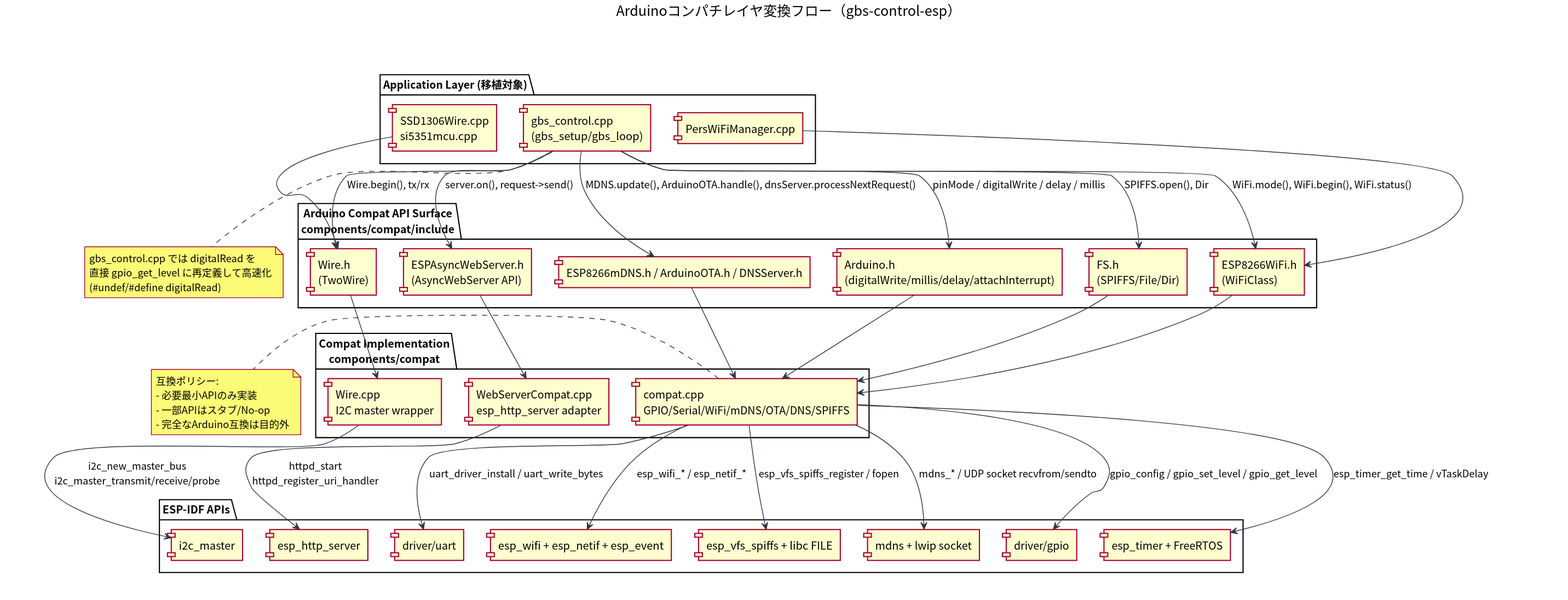
This is docs/uml/arduino_compat_layer.svg from ntsklab/gbs-control, a PlantUML export, as it was before one commit.
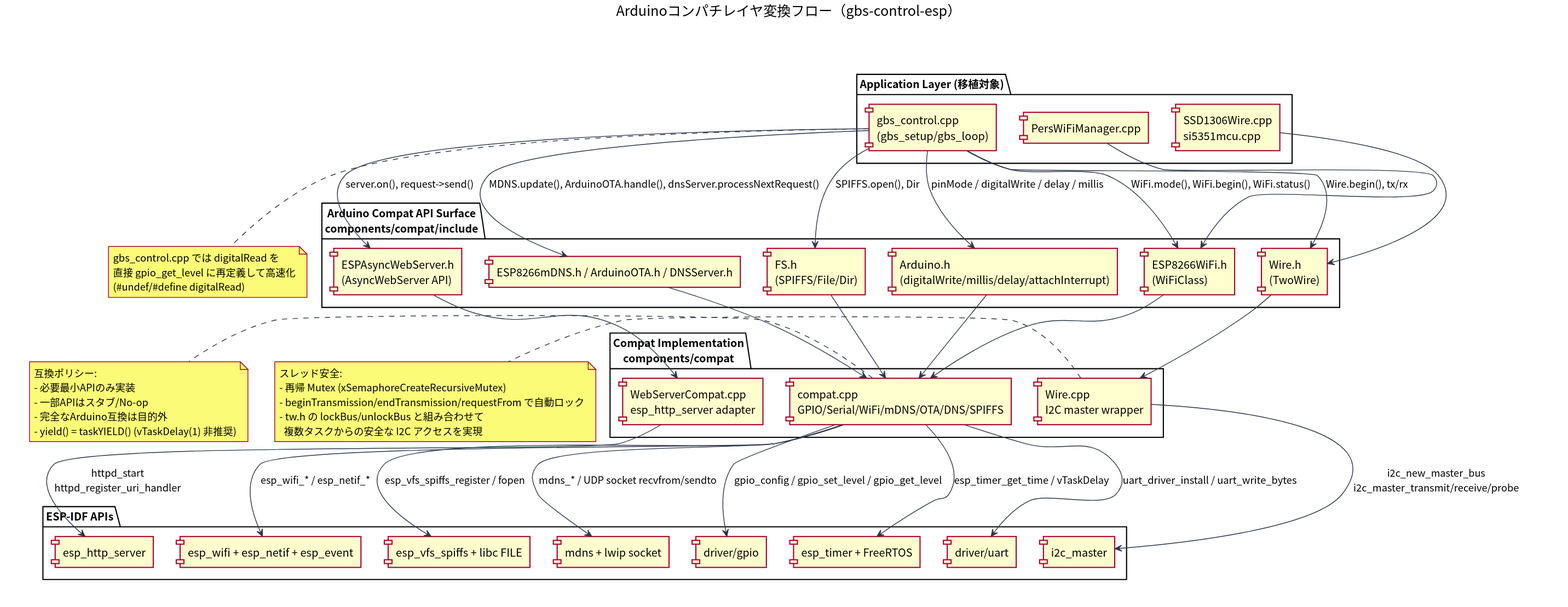
Above is the later version.

Commit message:
docs+fix: update docs to match implementation, fix yield()

The edit, as a diff of the source:
```diff
@@ -80,6 +80,15 @@
   - 必要最小APIのみ実装
   - 一部APIはスタブ/No-op
   - 完全なArduino互換は目的外
+  - yield() = taskYIELD() (vTaskDelay(1) 非推奨)
+end note
+
+note right of wire_cpp
+  スレッド安全:
+  - 再帰 Mutex (xSemaphoreCreateRecursiveMutex)
+  - beginTransmission/endTransmission/requestFrom で自動ロック
+  - tw.h の lockBus/unlockBus と組み合わせて
+    複数タスクからの安全な I2C アクセスを実現
 end note
 
 note bottom of app
```
